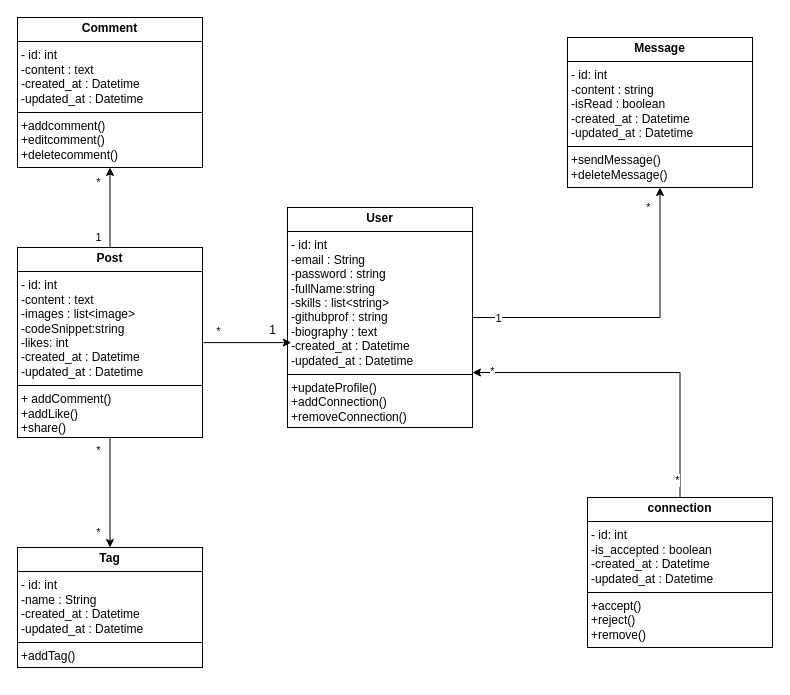
The draw.io diagram codeVerse.drawio in issam-mhj/CodeVerse, before the edit. Source tidied: cells renumbered, new cells numbered last; positions are measured from the earlier drawing's top-left corner, leaving out a move shared by most shapes. Both pictures are drawn from the tidied source at 100%, with x=0, y=0 at pixel (17, 17).
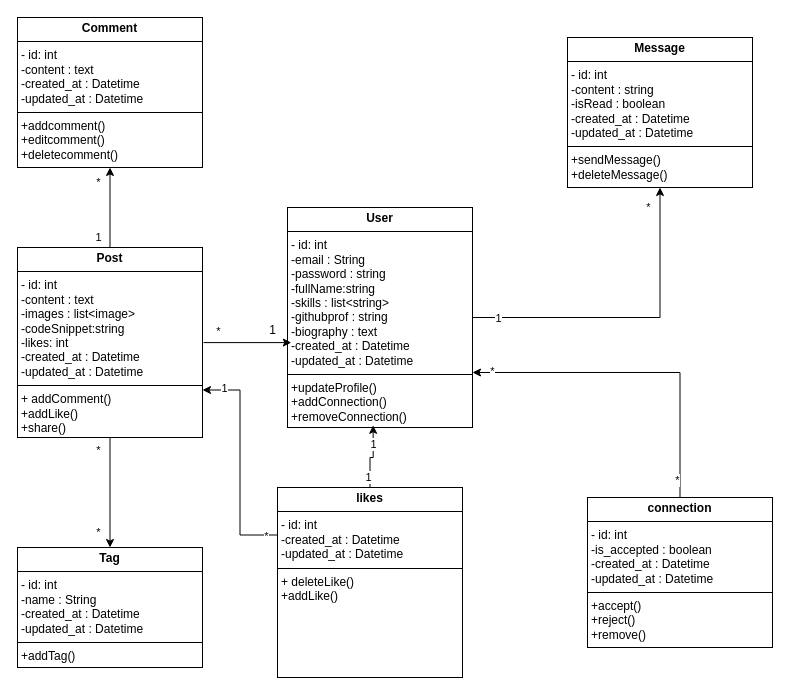
The same diagram, later.

The change refers to these unchanged cells:
```xml
<mxCell id="5" value="&lt;p style=&quot;margin:0px;margin-top:4px;text-align:center;&quot;&gt;&lt;b&gt;User&lt;/b&gt;&lt;/p&gt;&lt;hr size=&quot;1&quot; style=&quot;border-style:solid;&quot;&gt;&lt;p style=&quot;margin:0px;margin-left:4px;&quot;&gt;- id: int&lt;/p&gt;&lt;p style=&quot;margin:0px;margin-left:4px;&quot;&gt;-email : String&lt;/p&gt;&lt;p style=&quot;margin:0px;margin-left:4px;&quot;&gt;-password : string&lt;/p&gt;&lt;p style=&quot;margin:0px;margin-left:4px;&quot;&gt;-fullName:string&lt;/p&gt;&lt;p style=&quot;margin:0px;margin-left:4px;&quot;&gt;-skills : list&amp;lt;string&amp;gt;&lt;/p&gt;&lt;p style=&quot;margin:0px;margin-left:4px;&quot;&gt;-githubprof : string&lt;/p&gt;&lt;p style=&quot;margin:0px;margin-left:4px;&quot;&gt;-biography : text&lt;/p&gt;&lt;p style=&quot;margin:0px;margin-left:4px;&quot;&gt;-created_at : Datetime&lt;/p&gt;&lt;p style=&quot;margin:0px;margin-left:4px;&quot;&gt;-updated_at : Datetime&lt;/p&gt;&lt;hr size=&quot;1&quot; style=&quot;border-style:solid;&quot;&gt;&lt;p style=&quot;margin:0px;margin-left:4px;&quot;&gt;&lt;span style=&quot;background-color: transparent; color: light-dark(rgb(0, 0, 0), rgb(255, 255, 255));&quot;&gt;+updateProfile()&lt;/span&gt;&lt;/p&gt;&lt;p style=&quot;margin:0px;margin-left:4px;&quot;&gt;+addConnection()&lt;/p&gt;&lt;p style=&quot;margin:0px;margin-left:4px;&quot;&gt;+removeConnection()&lt;/p&gt;" style="verticalAlign=top;align=left;overflow=fill;html=1;whiteSpace=wrap;" parent="1" vertex="1">
  <mxGeometry x="270" y="190" width="185" height="220" as="geometry" />
</mxCell>
<mxCell id="12" value="&lt;p style=&quot;margin:0px;margin-top:4px;text-align:center;&quot;&gt;&lt;b&gt;Post&lt;/b&gt;&lt;/p&gt;&lt;hr size=&quot;1&quot; style=&quot;border-style:solid;&quot;&gt;&lt;p style=&quot;margin:0px;margin-left:4px;&quot;&gt;- id: int&lt;/p&gt;&lt;p style=&quot;margin:0px;margin-left:4px;&quot;&gt;-content : text&lt;/p&gt;&lt;p style=&quot;margin:0px;margin-left:4px;&quot;&gt;-images : list&amp;lt;image&amp;gt;&lt;/p&gt;&lt;p style=&quot;margin:0px;margin-left:4px;&quot;&gt;-codeSnippet:string&lt;/p&gt;&lt;p style=&quot;margin:0px;margin-left:4px;&quot;&gt;-likes: int&lt;/p&gt;&lt;p style=&quot;margin:0px;margin-left:4px;&quot;&gt;-created_at : Datetime&lt;/p&gt;&lt;p style=&quot;margin:0px;margin-left:4px;&quot;&gt;-updated_at : Datetime&lt;/p&gt;&lt;hr size=&quot;1&quot; style=&quot;border-style:solid;&quot;&gt;&lt;p style=&quot;margin:0px;margin-left:4px;&quot;&gt;+ addComment()&lt;/p&gt;&lt;p style=&quot;margin:0px;margin-left:4px;&quot;&gt;+addLike()&lt;/p&gt;&lt;p style=&quot;margin:0px;margin-left:4px;&quot;&gt;+share()&lt;/p&gt;&lt;p style=&quot;margin:0px;margin-left:4px;&quot;&gt;+delete()&lt;/p&gt;" style="verticalAlign=top;align=left;overflow=fill;html=1;whiteSpace=wrap;" parent="1" vertex="1">
  <mxGeometry y="230" width="185" height="190" as="geometry" />
</mxCell>
```

The edit, as a diff of the source:
```diff
@@
+    <mxCell id="23" style="edgeStyle=orthogonalEdgeStyle;rounded=0;jettySize=auto;html=1;exitX=0;exitY=0.25;exitDx=0;exitDy=0;entryX=1;entryY=0.75;entryDx=0;entryDy=0;" parent="1" edge="1" source="26" target="12">
+      <mxGeometry relative="1" as="geometry" />
+    </mxCell>
+    <mxCell id="24" value="1" style="edgeLabel;html=1;align=center;verticalAlign=middle;" parent="23" vertex="1">
+      <mxGeometry x="0.81" y="-2" relative="1" as="geometry" />
+    </mxCell>
+    <mxCell id="25" value="*" style="edgeLabel;html=1;align=center;verticalAlign=middle;" parent="23" vertex="1">
+      <mxGeometry x="-0.89" y="1" relative="1" as="geometry" />
+    </mxCell>
+    <mxCell id="26" value="&lt;p style=&quot;margin:0px;margin-top:4px;text-align:center;&quot;&gt;&lt;b&gt;likes&lt;/b&gt;&lt;/p&gt;&lt;hr size=&quot;1&quot; style=&quot;border-style:solid;&quot;&gt;&lt;p style=&quot;margin:0px;margin-left:4px;&quot;&gt;- id: int&lt;/p&gt;&lt;p style=&quot;margin:0px;margin-left:4px;&quot;&gt;-created_at : Datetime&lt;/p&gt;&lt;p style=&quot;margin:0px;margin-left:4px;&quot;&gt;-updated_at : Datetime&lt;/p&gt;&lt;hr size=&quot;1&quot; style=&quot;border-style:solid;&quot;&gt;&lt;p style=&quot;margin:0px;margin-left:4px;&quot;&gt;+ deleteLike()&lt;/p&gt;&lt;p style=&quot;margin:0px;margin-left:4px;&quot;&gt;+addLike()&lt;/p&gt;&lt;p style=&quot;margin:0px;margin-left:4px;&quot;&gt;&lt;br&gt;&lt;/p&gt;" style="verticalAlign=top;align=left;overflow=fill;html=1;whiteSpace=wrap;" parent="1" vertex="1">
+      <mxGeometry x="260" y="470" width="185" height="190" as="geometry" />
+    </mxCell>
+    <mxCell id="27" style="edgeStyle=orthogonalEdgeStyle;rounded=0;jettySize=auto;html=1;entryX=0.463;entryY=0.99;entryDx=0;entryDy=0;entryPerimeter=0;" parent="1" edge="1" source="26" target="5">
+      <mxGeometry relative="1" as="geometry" />
+    </mxCell>
+    <mxCell id="28" value="1" style="edgeLabel;html=1;align=center;verticalAlign=middle;" parent="27" vertex="1">
+      <mxGeometry x="-0.65" y="2" relative="1" as="geometry" />
+    </mxCell>
+    <mxCell id="29" value="1" style="edgeLabel;html=1;align=center;verticalAlign=middle;" parent="27" vertex="1">
+      <mxGeometry x="0.43" relative="1" as="geometry" />
+    </mxCell>
```
